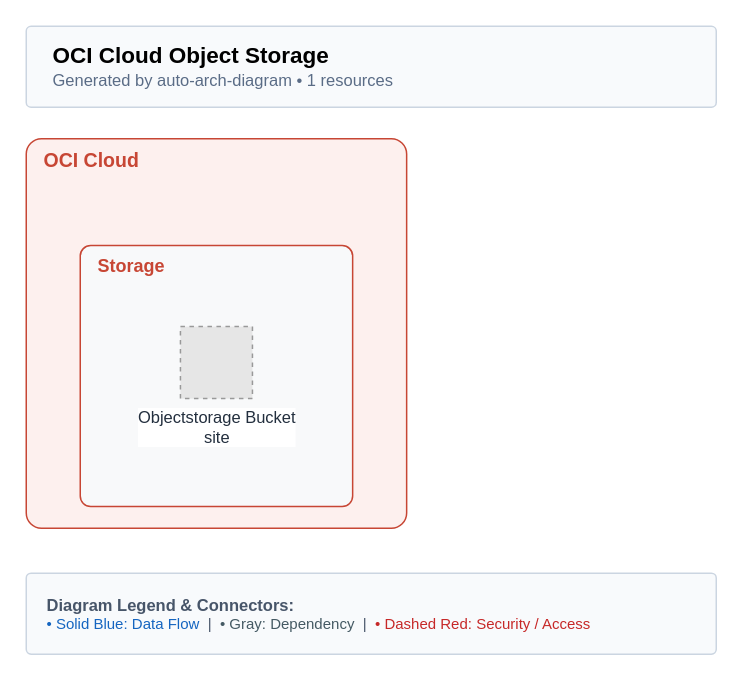
Earlier version of the draw.io diagram examples/serverless-website/oci/terraform/architecture-diagram-ai.drawio (suryakumaran2611/auto-arch-diagram). Source tidied: cells renumbered, new cells numbered last; positions are measured from the earlier drawing's top-left corner, leaving out a move shared by most shapes. Both pictures are drawn from the tidied source at 150%, with x=0, y=0 at pixel (26, 26). Pictures stored in the file or linked from it are replaced by grey dashed boxes.
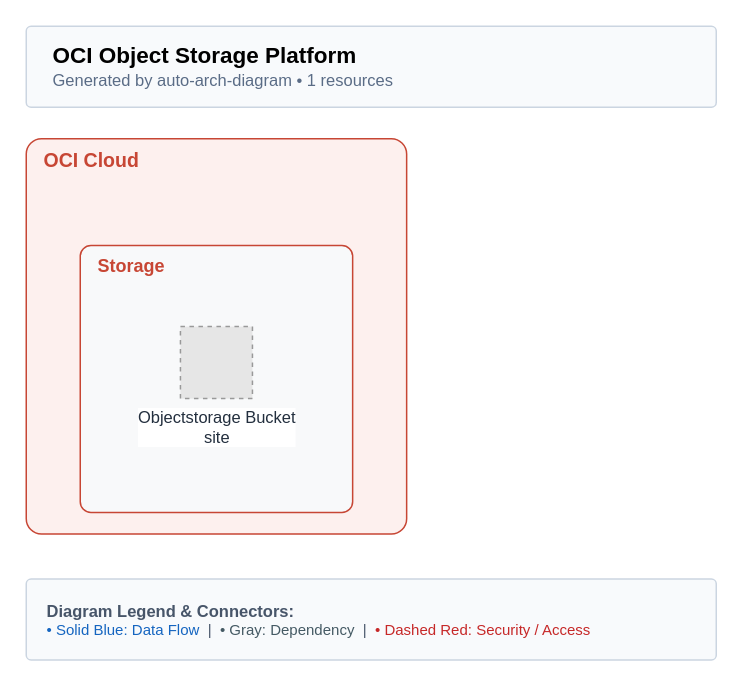
After the change.

Diff of the diagram source:
```diff
@@
 <mxGraphModel background="#FFFFFF">
   <root>
     <mxCell id="0" />
     <mxCell id="1" parent="0" />
-    <mxCell id="2" value="&lt;b style='font-size:15px;'&gt;OCI Cloud Object Storage&lt;/b&gt;&lt;br/&gt;&lt;span style='font-size:11px;color:#5A6C86;'&gt;Generated by auto-arch-diagram &amp;bull; 1 resources&lt;/span&gt;" style="rounded=1;whiteSpace=wrap;html=1;arcSize=6;fillColor=#F8FAFC;strokeColor=#CBD5E1;strokeWidth=1;align=left;spacingLeft=16;verticalAlign=middle;" parent="1" vertex="1">
+    <mxCell id="2" value="&lt;b style='font-size:15px;'&gt;OCI Object Storage Platform&lt;/b&gt;&lt;br/&gt;&lt;span style='font-size:11px;color:#5A6C86;'&gt;Generated by auto-arch-diagram &amp;bull; 1 resources&lt;/span&gt;" style="rounded=1;whiteSpace=wrap;html=1;arcSize=6;fillColor=#F8FAFC;strokeColor=#CBD5E1;strokeWidth=1;align=left;spacingLeft=16;verticalAlign=middle;" parent="1" vertex="1">
       <mxGeometry width="460" height="54" as="geometry" />
     </mxCell>
     <mxCell id="3" value="OCI Cloud" style="rounded=1;whiteSpace=wrap;html=1;arcSize=4;verticalAlign=top;align=left;spacingLeft=10;fontSize=12;fontStyle=1;fontSize=13;fillColor=#FDF0EE;strokeColor=#C74634;fontColor=#C74634;" parent="1" vertex="1">
-      <mxGeometry y="75" width="253.6" height="259.6" as="geometry" />
+      <mxGeometry y="75" width="253.6" height="263.5" as="geometry" />
     </mxCell>
     <mxCell id="4" value="Storage" style="rounded=1;whiteSpace=wrap;html=1;arcSize=4;verticalAlign=top;align=left;spacingLeft=10;fontSize=12;fontStyle=1;fillColor=#F8F9FA;strokeColor=#C74634;fontColor=#C74634;" parent="3" vertex="1">
-      <mxGeometry x="36" y="71.2" width="181.6" height="174" as="geometry" />
+      <mxGeometry x="36" y="71.2" width="181.6" height="177.9" as="geometry" />
     </mxCell>
     <mxCell id="5" value="Objectstorage Bucket&#10;site" style="fillColor=#E6E6E6;strokeColor=#999999;dashed=1;html=1;verticalLabelPosition=bottom;verticalAlign=top;fontSize=11;fontColor=#232F3E;labelBackgroundColor=#FFFFFF;" parent="4" vertex="1">
       <mxGeometry x="66.8" y="54" width="48" height="48" as="geometry" />
     </mxCell>
     <mxCell id="6" value="&lt;b style='font-size:11px;'&gt;Diagram Legend &amp;amp; Connectors:&lt;/b&gt;&lt;br/&gt;&lt;span style='color:#1565C0;'&gt;&amp;bull; Solid Blue: Data Flow&lt;/span&gt; &amp;nbsp;|&amp;nbsp; &lt;span style='color:#455A64;'&gt;&amp;bull; Gray: Dependency&lt;/span&gt; &amp;nbsp;|&amp;nbsp; &lt;span style='color:#C62828;'&gt;&amp;bull; Dashed Red: Security / Access&lt;/span&gt;" style="rounded=1;whiteSpace=wrap;html=1;arcSize=6;fillColor=#F8FAFC;strokeColor=#CBD5E1;strokeWidth=1;fontSize=10;fontColor=#475569;align=left;spacingLeft=12;spacingRight=12;verticalAlign=middle;" parent="1" vertex="1">
-      <mxGeometry y="364.6" width="460" height="54" as="geometry" />
+      <mxGeometry y="368.5" width="460" height="54" as="geometry" />
     </mxCell>
   </root>
 </mxGraphModel>
```
